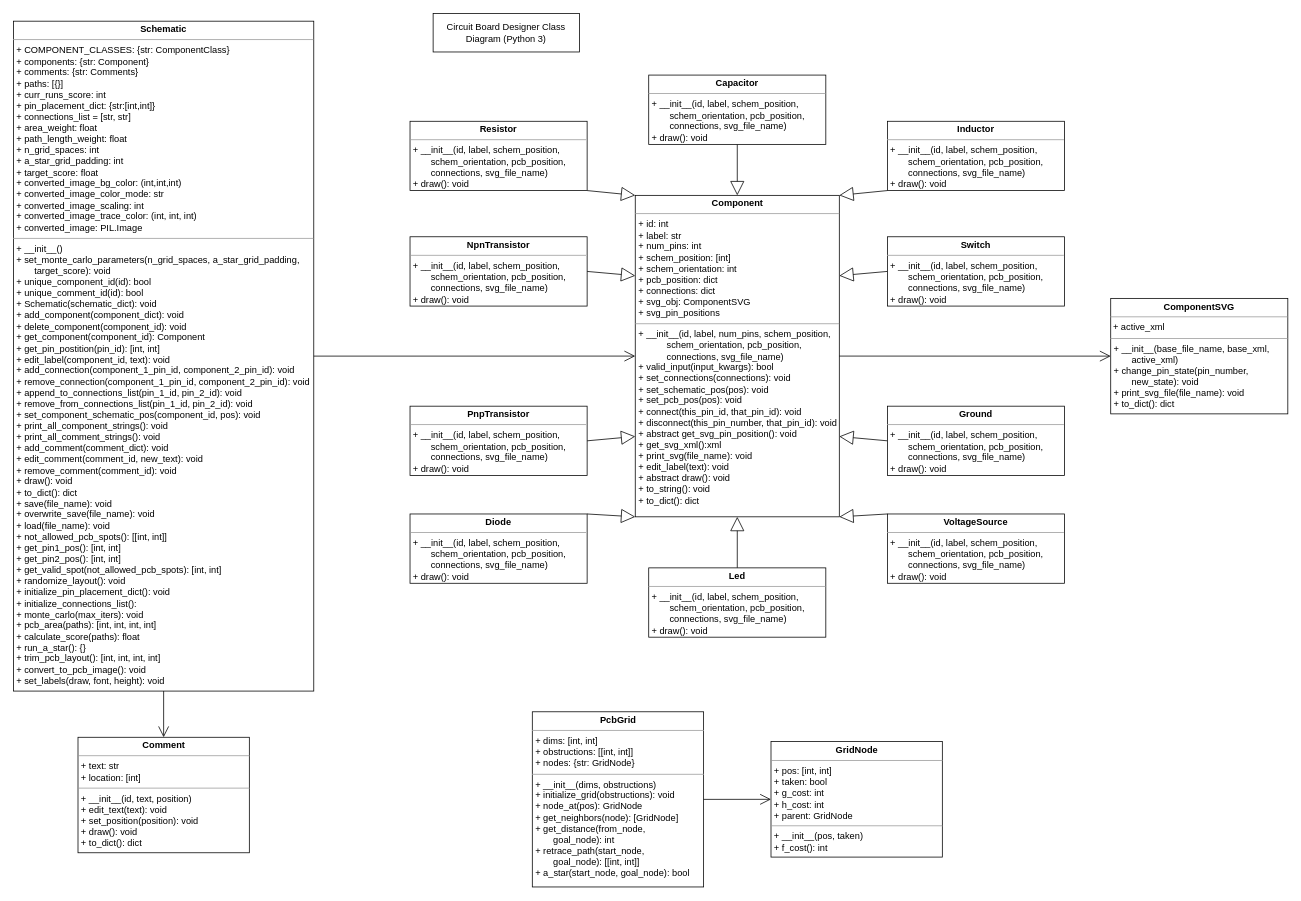
Earlier version of the draw.io diagram Documents/ClassDiagrams.drawio (CinnaKenToast/Circuit-Board-Designer). Source tidied: cells renumbered, new cells numbered last; positions are measured from the earlier drawing's top-left corner, leaving out a move shared by most shapes. Both pictures are drawn from the tidied source at 77%, with x=0, y=0 at pixel (13, 13).
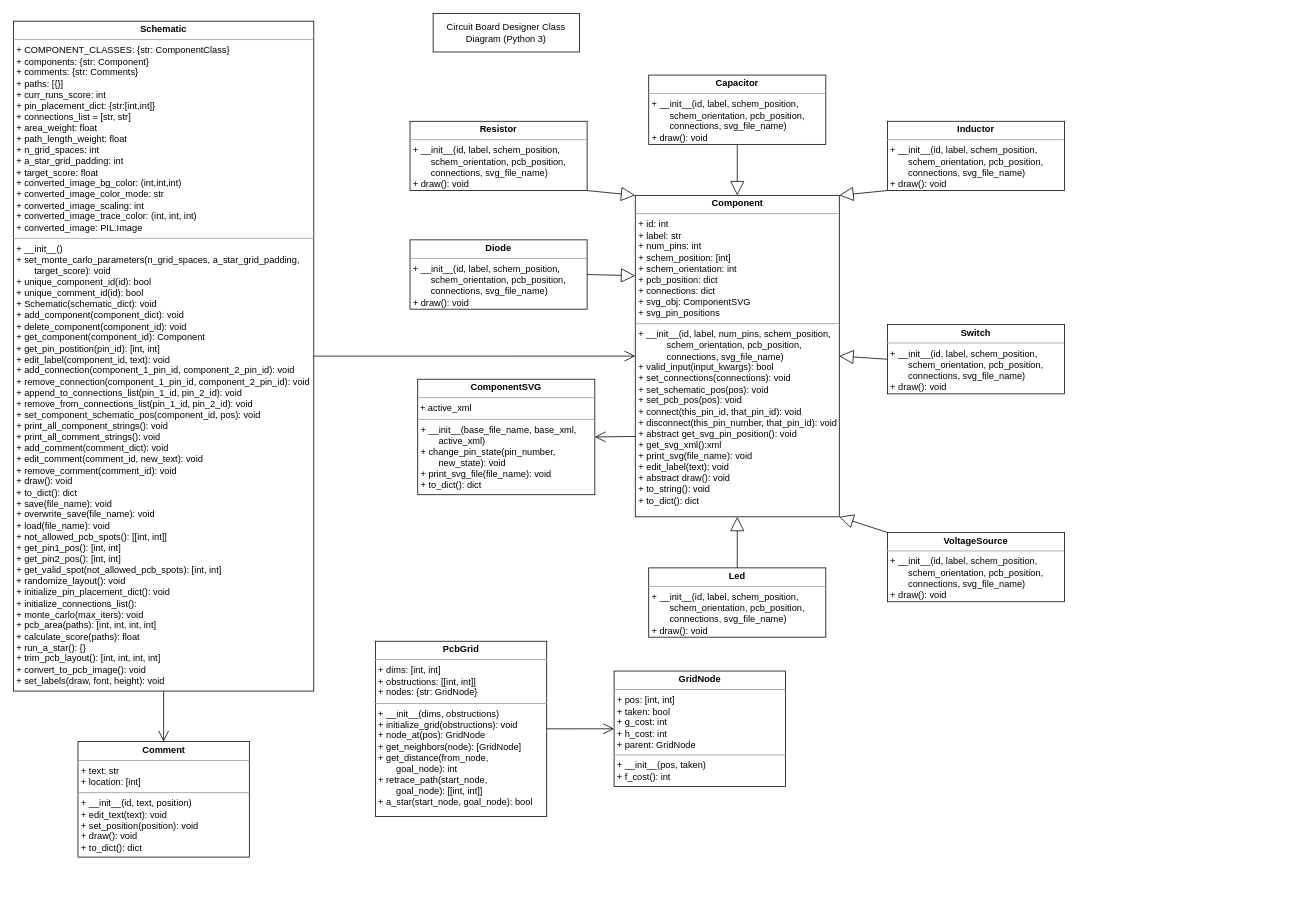
The same diagram, later.

The change refers to these unchanged cells:
```xml
<mxCell id="3" value="&lt;p style=&quot;margin: 0px ; margin-top: 4px ; text-align: center&quot;&gt;&lt;b&gt;Component&lt;/b&gt;&lt;/p&gt;&lt;hr size=&quot;1&quot;&gt;&lt;p style=&quot;margin: 0px ; margin-left: 4px&quot;&gt;+ id: int&lt;/p&gt;&lt;p style=&quot;margin: 0px ; margin-left: 4px&quot;&gt;+ label: str&lt;/p&gt;&lt;p style=&quot;margin: 0px ; margin-left: 4px&quot;&gt;+ num_pins: int&lt;/p&gt;&lt;p style=&quot;margin: 0px ; margin-left: 4px&quot;&gt;+ schem_position: [int]&lt;/p&gt;&lt;p style=&quot;margin: 0px ; margin-left: 4px&quot;&gt;+ schem_orientation: int&lt;/p&gt;&lt;p style=&quot;margin: 0px ; margin-left: 4px&quot;&gt;+ pcb_position: dict&lt;br&gt;&lt;/p&gt;&lt;p style=&quot;margin: 0px ; margin-left: 4px&quot;&gt;+ connections: dict&lt;/p&gt;&lt;p style=&quot;margin: 0px ; margin-left: 4px&quot;&gt;+ svg_obj: ComponentSVG&lt;br&gt;&lt;/p&gt;&lt;p style=&quot;margin: 0px ; margin-left: 4px&quot;&gt;+ svg_pin_positions&lt;br&gt;&lt;/p&gt;&lt;hr size=&quot;1&quot;&gt;&lt;p style=&quot;margin: 0px ; margin-left: 4px&quot;&gt;+ __init__(id, label, num_pins, schem_position,&lt;/p&gt;&lt;p style=&quot;margin: 0px ; margin-left: 4px&quot;&gt;&amp;nbsp;&amp;nbsp;&amp;nbsp;&amp;nbsp;&amp;nbsp;&amp;nbsp;&amp;nbsp;&amp;nbsp;&amp;nbsp;&amp;nbsp; schem_orientation, pcb_position,&lt;/p&gt;&lt;p style=&quot;margin: 0px ; margin-left: 4px&quot;&gt;&amp;nbsp;&amp;nbsp;&amp;nbsp;&amp;nbsp;&amp;nbsp;&amp;nbsp;&amp;nbsp;&amp;nbsp;&amp;nbsp;&amp;nbsp; connections, svg_file_name)&lt;/p&gt;&lt;p style=&quot;margin: 0px ; margin-left: 4px&quot;&gt;+ valid_input(input_kwargs): bool&lt;/p&gt;&lt;p style=&quot;margin: 0px ; margin-left: 4px&quot;&gt;+ set_connections(connections): void&lt;/p&gt;&lt;p style=&quot;margin: 0px ; margin-left: 4px&quot;&gt;+ set_schematic_pos(pos): void&lt;/p&gt;&lt;p style=&quot;margin: 0px ; margin-left: 4px&quot;&gt;+ set_pcb_pos(pos): void&lt;br&gt;&lt;/p&gt;&lt;p style=&quot;margin: 0px ; margin-left: 4px&quot;&gt;+ connect(this_pin_id, that_pin_id): void&lt;/p&gt;&lt;p style=&quot;margin: 0px ; margin-left: 4px&quot;&gt;+ disconnect(this_pin_number, that_pin_id): void&lt;/p&gt;&lt;p style=&quot;margin: 0px ; margin-left: 4px&quot;&gt;+ abstract get_svg_pin_position(): void&lt;/p&gt;&lt;p style=&quot;margin: 0px ; margin-left: 4px&quot;&gt;+ get_svg_xml():xml&lt;/p&gt;&lt;p style=&quot;margin: 0px ; margin-left: 4px&quot;&gt;+ print_svg(file_name): void&lt;br&gt;&lt;/p&gt;&lt;p style=&quot;margin: 0px ; margin-left: 4px&quot;&gt;+ edit_label(text): void&lt;/p&gt;&lt;p style=&quot;margin: 0px ; margin-left: 4px&quot;&gt;+ abstract draw(): void&lt;/p&gt;&lt;p style=&quot;margin: 0px ; margin-left: 4px&quot;&gt;+ to_string(): void&lt;br&gt;&lt;/p&gt;&lt;p style=&quot;margin: 0px ; margin-left: 4px&quot;&gt;+ to_dict(): dict&lt;br&gt;&lt;/p&gt;" style="verticalAlign=top;align=left;overflow=fill;fontSize=12;fontFamily=Helvetica;html=1;" parent="1" vertex="1">
  <mxGeometry x="807.5" y="236.2" width="265" height="417.5" as="geometry" />
</mxCell>
```

What changed in the source:
```diff
@@
     <mxCell id="4" value="&lt;p style=&quot;margin: 0px ; margin-top: 4px ; text-align: center&quot;&gt;&lt;b&gt;Comment&lt;/b&gt;&lt;/p&gt;&lt;hr size=&quot;1&quot;&gt;&lt;p style=&quot;margin: 0px ; margin-left: 4px&quot;&gt;+ text: str&lt;/p&gt;&lt;p style=&quot;margin: 0px ; margin-left: 4px&quot;&gt;+ location: [int]&lt;/p&gt;&lt;hr size=&quot;1&quot;&gt;&lt;p style=&quot;margin: 0px ; margin-left: 4px&quot;&gt;+ __init__(id, text, position)&lt;br&gt;&lt;/p&gt;&lt;p style=&quot;margin: 0px ; margin-left: 4px&quot;&gt;+ edit_text(text): void&lt;/p&gt;&lt;p style=&quot;margin: 0px ; margin-left: 4px&quot;&gt;+ set_position(position): void&lt;/p&gt;&lt;p style=&quot;margin: 0px ; margin-left: 4px&quot;&gt;+ draw(): void&lt;/p&gt;&lt;p style=&quot;margin: 0px ; margin-left: 4px&quot;&gt;+ to_dict(): dict&lt;/p&gt;" style="verticalAlign=top;align=left;overflow=fill;fontSize=12;fontFamily=Helvetica;html=1;" parent="1" vertex="1">
-      <mxGeometry x="83.8" y="940" width="222.5" height="150" as="geometry" />
+      <mxGeometry x="83.8" y="945.6" width="222.5" height="150" as="geometry" />
     </mxCell>
     <mxCell id="5" style="edgeStyle=orthogonalEdgeStyle;rounded=0;orthogonalLoop=1;jettySize=auto;html=1;exitX=0.5;exitY=1;exitDx=0;exitDy=0;" parent="1" edge="1">
       <mxGeometry relative="1" as="geometry">
-        <mxPoint x="868.8" y="895.6" as="sourcePoint" />
-        <mxPoint x="868.8" y="895.6" as="targetPoint" />
+        <mxPoint x="665" y="804" as="sourcePoint" />
+        <mxPoint x="665" y="804" as="targetPoint" />
       </mxGeometry>
     </mxCell>
@@
-    <mxCell id="8" style="endArrow=block;endSize=16;endFill=0;html=1;exitX=0;exitY=0.5;exitDx=0;exitDy=0;entryX=1;entryY=0.25;entryDx=0;entryDy=0;" parent="1" edge="1" source="26" target="3">
+    <mxCell id="8" style="endArrow=block;endSize=16;endFill=0;html=1;exitX=0;exitY=0.5;exitDx=0;exitDy=0;entryX=1;entryY=0.5;entryDx=0;entryDy=0;" parent="1" edge="1" source="26" target="3">
       <mxGeometry relative="1" as="geometry" />
     </mxCell>
-    <mxCell id="9" style="endArrow=block;endSize=16;endFill=0;html=1;entryX=1;entryY=0.75;entryDx=0;entryDy=0;exitX=0;exitY=0.5;exitDx=0;exitDy=0;" parent="1" edge="1" source="25" target="3">
-      <mxGeometry relative="1" as="geometry" />
-    </mxCell>
@@
-    <mxCell id="12" style="endArrow=block;endSize=16;endFill=0;html=1;entryX=0;entryY=1;entryDx=0;entryDy=0;exitX=1;exitY=0;exitDx=0;exitDy=0;" parent="1" edge="1" source="22" target="3">
+    <mxCell id="12" style="endArrow=block;endSize=16;endFill=0;html=1;entryX=0;entryY=0.25;entryDx=0;entryDy=0;exitX=1;exitY=0.5;exitDx=0;exitDy=0;" parent="1" edge="1" source="22" target="3">
       <mxGeometry relative="1" as="geometry" />
     </mxCell>
-    <mxCell id="13" style="endArrow=block;endSize=16;endFill=0;html=1;entryX=0;entryY=0.75;entryDx=0;entryDy=0;exitX=1;exitY=0.5;exitDx=0;exitDy=0;" parent="1" edge="1" source="21" target="3">
-      <mxGeometry relative="1" as="geometry" />
-    </mxCell>
-    <mxCell id="14" style="endArrow=block;endSize=16;endFill=0;html=1;entryX=0;entryY=0.25;entryDx=0;entryDy=0;exitX=1;exitY=0.5;exitDx=0;exitDy=0;" parent="1" edge="1" source="20" target="3">
-      <mxGeometry relative="1" as="geometry" />
-    </mxCell>
@@
-    <mxCell id="20" value="&lt;p style=&quot;margin: 0px ; margin-top: 4px ; text-align: center&quot;&gt;&lt;b&gt;NpnTransistor&lt;/b&gt;&lt;/p&gt;&lt;hr size=&quot;1&quot;&gt;&lt;p style=&quot;margin: 0px ; margin-left: 4px&quot;&gt;+ __init__(id, label, schem_position,&lt;/p&gt;&lt;p style=&quot;margin: 0px ; margin-left: 4px&quot;&gt;&amp;nbsp;&amp;nbsp;&amp;nbsp;&amp;nbsp;&amp;nbsp;&amp;nbsp; schem_orientation, pcb_position,&lt;/p&gt;&lt;p style=&quot;margin: 0px ; margin-left: 4px&quot;&gt;&amp;nbsp;&amp;nbsp;&amp;nbsp;&amp;nbsp;&amp;nbsp;&amp;nbsp; connections, svg_file_name)&lt;br&gt;&lt;/p&gt;&lt;p style=&quot;margin: 0px ; margin-left: 4px&quot;&gt;+ draw(): void&lt;/p&gt;" style="verticalAlign=top;align=left;overflow=fill;fontSize=12;fontFamily=Helvetica;html=1;" parent="1" vertex="1">
-      <mxGeometry x="515" y="290" width="230" height="90" as="geometry" />
-    </mxCell>
-    <mxCell id="21" value="&lt;p style=&quot;margin: 0px ; margin-top: 4px ; text-align: center&quot;&gt;&lt;b&gt;PnpTransistor&lt;/b&gt;&lt;/p&gt;&lt;hr size=&quot;1&quot;&gt;&lt;p style=&quot;margin: 0px ; margin-left: 4px&quot;&gt;+ __init__(id, label, schem_position,&lt;/p&gt;&lt;p style=&quot;margin: 0px ; margin-left: 4px&quot;&gt;&amp;nbsp;&amp;nbsp;&amp;nbsp;&amp;nbsp;&amp;nbsp;&amp;nbsp; schem_orientation, pcb_position,&lt;/p&gt;&lt;p style=&quot;margin: 0px ; margin-left: 4px&quot;&gt;&amp;nbsp;&amp;nbsp;&amp;nbsp;&amp;nbsp;&amp;nbsp;&amp;nbsp; connections, svg_file_name)&lt;br&gt;&lt;/p&gt;&lt;p style=&quot;margin: 0px ; margin-left: 4px&quot;&gt;+ draw(): void&lt;/p&gt;" style="verticalAlign=top;align=left;overflow=fill;fontSize=12;fontFamily=Helvetica;html=1;" parent="1" vertex="1">
-      <mxGeometry x="515" y="510" width="230" height="90" as="geometry" />
-    </mxCell>
     <mxCell id="22" value="&lt;p style=&quot;margin: 0px ; margin-top: 4px ; text-align: center&quot;&gt;&lt;b&gt;Diode&lt;/b&gt;&lt;/p&gt;&lt;hr size=&quot;1&quot;&gt;&lt;p style=&quot;margin: 0px ; margin-left: 4px&quot;&gt;+ __init__(id, label, schem_position,&lt;/p&gt;&lt;p style=&quot;margin: 0px ; margin-left: 4px&quot;&gt;&amp;nbsp;&amp;nbsp;&amp;nbsp;&amp;nbsp;&amp;nbsp;&amp;nbsp; schem_orientation, pcb_position,&lt;/p&gt;&lt;p style=&quot;margin: 0px ; margin-left: 4px&quot;&gt;&amp;nbsp;&amp;nbsp;&amp;nbsp;&amp;nbsp;&amp;nbsp;&amp;nbsp; connections, svg_file_name)&lt;br&gt;&lt;/p&gt;&lt;p style=&quot;margin: 0px ; margin-left: 4px&quot;&gt;+ draw(): void&lt;/p&gt;" style="verticalAlign=top;align=left;overflow=fill;fontSize=12;fontFamily=Helvetica;html=1;" parent="1" vertex="1">
-      <mxGeometry x="515" y="650" width="230" height="90" as="geometry" />
+      <mxGeometry x="515" y="294" width="230" height="90" as="geometry" />
     </mxCell>
@@
     <mxCell id="24" value="&lt;p style=&quot;margin: 0px ; margin-top: 4px ; text-align: center&quot;&gt;&lt;b&gt;VoltageSource&lt;/b&gt;&lt;/p&gt;&lt;hr size=&quot;1&quot;&gt;&lt;p style=&quot;margin: 0px ; margin-left: 4px&quot;&gt;+ __init__(id, label, schem_position,&lt;/p&gt;&lt;p style=&quot;margin: 0px ; margin-left: 4px&quot;&gt;&amp;nbsp;&amp;nbsp;&amp;nbsp;&amp;nbsp;&amp;nbsp;&amp;nbsp; schem_orientation, pcb_position,&lt;/p&gt;&lt;p style=&quot;margin: 0px ; margin-left: 4px&quot;&gt;&amp;nbsp;&amp;nbsp;&amp;nbsp;&amp;nbsp;&amp;nbsp;&amp;nbsp; connections, svg_file_name)&lt;br&gt;&lt;/p&gt;&lt;p style=&quot;margin: 0px ; margin-left: 4px&quot;&gt;+ draw(): void&lt;/p&gt;" style="verticalAlign=top;align=left;overflow=fill;fontSize=12;fontFamily=Helvetica;html=1;" parent="1" vertex="1">
-      <mxGeometry x="1135" y="650" width="230" height="90" as="geometry" />
+      <mxGeometry x="1135" y="674" width="230" height="90" as="geometry" />
     </mxCell>
-    <mxCell id="25" value="&lt;p style=&quot;margin: 0px ; margin-top: 4px ; text-align: center&quot;&gt;&lt;b&gt;Ground&lt;/b&gt;&lt;br&gt;&lt;/p&gt;&lt;hr size=&quot;1&quot;&gt;&lt;p style=&quot;margin: 0px ; margin-left: 4px&quot;&gt;+ __init__(id, label, schem_position,&lt;/p&gt;&lt;p style=&quot;margin: 0px ; margin-left: 4px&quot;&gt;&amp;nbsp;&amp;nbsp;&amp;nbsp;&amp;nbsp;&amp;nbsp;&amp;nbsp; schem_orientation, pcb_position,&lt;/p&gt;&lt;p style=&quot;margin: 0px ; margin-left: 4px&quot;&gt;&amp;nbsp;&amp;nbsp;&amp;nbsp;&amp;nbsp;&amp;nbsp;&amp;nbsp; connections, svg_file_name)&lt;br&gt;&lt;/p&gt;&lt;p style=&quot;margin: 0px ; margin-left: 4px&quot;&gt;+ draw(): void&lt;/p&gt;" style="verticalAlign=top;align=left;overflow=fill;fontSize=12;fontFamily=Helvetica;html=1;" parent="1" vertex="1">
-      <mxGeometry x="1135" y="510" width="230" height="90" as="geometry" />
-    </mxCell>
     <mxCell id="26" value="&lt;p style=&quot;margin: 0px ; margin-top: 4px ; text-align: center&quot;&gt;&lt;b&gt;Switch&lt;/b&gt;&lt;br&gt;&lt;/p&gt;&lt;hr size=&quot;1&quot;&gt;&lt;p style=&quot;margin: 0px ; margin-left: 4px&quot;&gt;+ __init__(id, label, schem_position,&lt;/p&gt;&lt;p style=&quot;margin: 0px ; margin-left: 4px&quot;&gt;&amp;nbsp;&amp;nbsp;&amp;nbsp;&amp;nbsp;&amp;nbsp;&amp;nbsp; schem_orientation, pcb_position,&lt;/p&gt;&lt;p style=&quot;margin: 0px ; margin-left: 4px&quot;&gt;&amp;nbsp;&amp;nbsp;&amp;nbsp;&amp;nbsp;&amp;nbsp;&amp;nbsp; connections, svg_file_name)&lt;br&gt;&lt;/p&gt;&lt;p style=&quot;margin: 0px ; margin-left: 4px&quot;&gt;+ draw(): void&lt;/p&gt;" style="verticalAlign=top;align=left;overflow=fill;fontSize=12;fontFamily=Helvetica;html=1;" parent="1" vertex="1">
-      <mxGeometry x="1135" y="290" width="230" height="90" as="geometry" />
+      <mxGeometry x="1135" y="404" width="230" height="90" as="geometry" />
     </mxCell>
@@
     <mxCell id="29" value="&lt;p style=&quot;margin: 0px ; margin-top: 4px ; text-align: center&quot;&gt;&lt;b&gt;ComponentSVG&lt;/b&gt;&lt;/p&gt;&lt;hr size=&quot;1&quot;&gt;&amp;nbsp;+ active_xml&lt;hr size=&quot;1&quot;&gt;&lt;p style=&quot;margin: 0px ; margin-left: 4px&quot;&gt;+ __init__(base_file_name, base_xml,&lt;/p&gt;&lt;p style=&quot;margin: 0px ; margin-left: 4px&quot;&gt;&amp;nbsp;&amp;nbsp;&amp;nbsp;&amp;nbsp;&amp;nbsp;&amp;nbsp; active_xml)&lt;/p&gt;&lt;p style=&quot;margin: 0px ; margin-left: 4px&quot;&gt;+ change_pin_state(pin_number,&lt;/p&gt;&lt;p style=&quot;margin: 0px ; margin-left: 4px&quot;&gt;&amp;nbsp;&amp;nbsp;&amp;nbsp;&amp;nbsp;&amp;nbsp;&amp;nbsp; new_state): void&lt;/p&gt;&lt;p style=&quot;margin: 0px ; margin-left: 4px&quot;&gt;+ print_svg_file(file_name): void&lt;br&gt;&lt;/p&gt;&lt;p style=&quot;margin: 0px ; margin-left: 4px&quot;&gt;+ to_dict(): dict&lt;br&gt;&lt;/p&gt;" style="verticalAlign=top;align=left;overflow=fill;fontSize=12;fontFamily=Helvetica;html=1;" parent="1" vertex="1">
-      <mxGeometry x="1425" y="370" width="230" height="150" as="geometry" />
+      <mxGeometry x="525" y="475" width="230" height="150" as="geometry" />
     </mxCell>
-    <mxCell id="30" style="endArrow=open;endFill=1;endSize=12;html=1;exitX=1;exitY=0.5;exitDx=0;exitDy=0;entryX=0;entryY=0.5;entryDx=0;entryDy=0;" parent="1" edge="1" source="3" target="29">
+    <mxCell id="30" style="endArrow=open;endFill=1;endSize=12;html=1;exitX=0;exitY=0.75;exitDx=0;exitDy=0;entryX=1;entryY=0.5;entryDx=0;entryDy=0;" parent="1" edge="1" source="3" target="29">
       <mxGeometry relative="1" as="geometry" />
     </mxCell>
     <mxCell id="31" value="&lt;p style=&quot;margin: 0px ; margin-top: 4px ; text-align: center&quot;&gt;&lt;b&gt;PcbGrid&lt;/b&gt;&lt;br&gt;&lt;/p&gt;&lt;hr size=&quot;1&quot;&gt;&lt;p style=&quot;margin: 0px ; margin-left: 4px&quot;&gt;+ dims: [int, int]&lt;br&gt;&lt;/p&gt;&lt;p style=&quot;margin: 0px ; margin-left: 4px&quot;&gt;+ obstructions: [[int, int]]&lt;br&gt;&lt;/p&gt;&lt;p style=&quot;margin: 0px ; margin-left: 4px&quot;&gt;+ nodes: {str: GridNode}&lt;br&gt;&lt;/p&gt;&lt;hr size=&quot;1&quot;&gt;&lt;p style=&quot;margin: 0px ; margin-left: 4px&quot;&gt;+ __init__(dims, obstructions)&lt;br&gt;&lt;/p&gt;&lt;p style=&quot;margin: 0px ; margin-left: 4px&quot;&gt;+ initialize_grid(obstructions): void&lt;/p&gt;&lt;p style=&quot;margin: 0px ; margin-left: 4px&quot;&gt;+ node_at(pos): GridNode&lt;/p&gt;&lt;p style=&quot;margin: 0px ; margin-left: 4px&quot;&gt;+ get_neighbors(node): [GridNode]&lt;/p&gt;&lt;p style=&quot;margin: 0px ; margin-left: 4px&quot;&gt;+ get_distance(from_node,&lt;/p&gt;&lt;p style=&quot;margin: 0px ; margin-left: 4px&quot;&gt;&amp;nbsp;&amp;nbsp;&amp;nbsp;&amp;nbsp;&amp;nbsp;&amp;nbsp; goal_node): int&lt;/p&gt;&lt;p style=&quot;margin: 0px ; margin-left: 4px&quot;&gt;+ retrace_path(start_node,&lt;/p&gt;&lt;p style=&quot;margin: 0px ; margin-left: 4px&quot;&gt;&amp;nbsp;&amp;nbsp;&amp;nbsp;&amp;nbsp;&amp;nbsp;&amp;nbsp; goal_node): [[int, int]]&lt;/p&gt;&lt;p style=&quot;margin: 0px ; margin-left: 4px&quot;&gt;+ a_star(start_node, goal_node): bool&lt;br&gt;&lt;/p&gt;" style="verticalAlign=top;align=left;overflow=fill;fontSize=12;fontFamily=Helvetica;html=1;" parent="1" vertex="1">
-      <mxGeometry x="673.8" y="906.9" width="222.5" height="227.5" as="geometry" />
+      <mxGeometry x="470" y="815.3" width="222.5" height="227.5" as="geometry" />
     </mxCell>
     <mxCell id="32" value="&lt;p style=&quot;margin: 0px ; margin-top: 4px ; text-align: center&quot;&gt;&lt;b&gt;GridNode&lt;/b&gt;&lt;br&gt;&lt;/p&gt;&lt;hr size=&quot;1&quot;&gt;&lt;p style=&quot;margin: 0px ; margin-left: 4px&quot;&gt;+ pos: [int, int]&lt;br&gt;&lt;/p&gt;&lt;p style=&quot;margin: 0px ; margin-left: 4px&quot;&gt;+ taken: bool&lt;/p&gt;&lt;p style=&quot;margin: 0px ; margin-left: 4px&quot;&gt;+ g_cost: int&lt;br&gt;+ h_cost: int&lt;/p&gt;&lt;p style=&quot;margin: 0px ; margin-left: 4px&quot;&gt;+ parent: GridNode&lt;br&gt;&lt;/p&gt;&lt;hr size=&quot;1&quot;&gt;&lt;p style=&quot;margin: 0px ; margin-left: 4px&quot;&gt;+ __init__(pos, taken)&lt;br&gt;&lt;/p&gt;&lt;p style=&quot;margin: 0px ; margin-left: 4px&quot;&gt;+ f_cost(): int&lt;br&gt;&lt;/p&gt;" style="verticalAlign=top;align=left;overflow=fill;fontSize=12;fontFamily=Helvetica;html=1;" parent="1" vertex="1">
-      <mxGeometry x="983.8" y="945.6" width="222.5" height="150" as="geometry" />
+      <mxGeometry x="780" y="854" width="222.5" height="150" as="geometry" />
     </mxCell>
```
